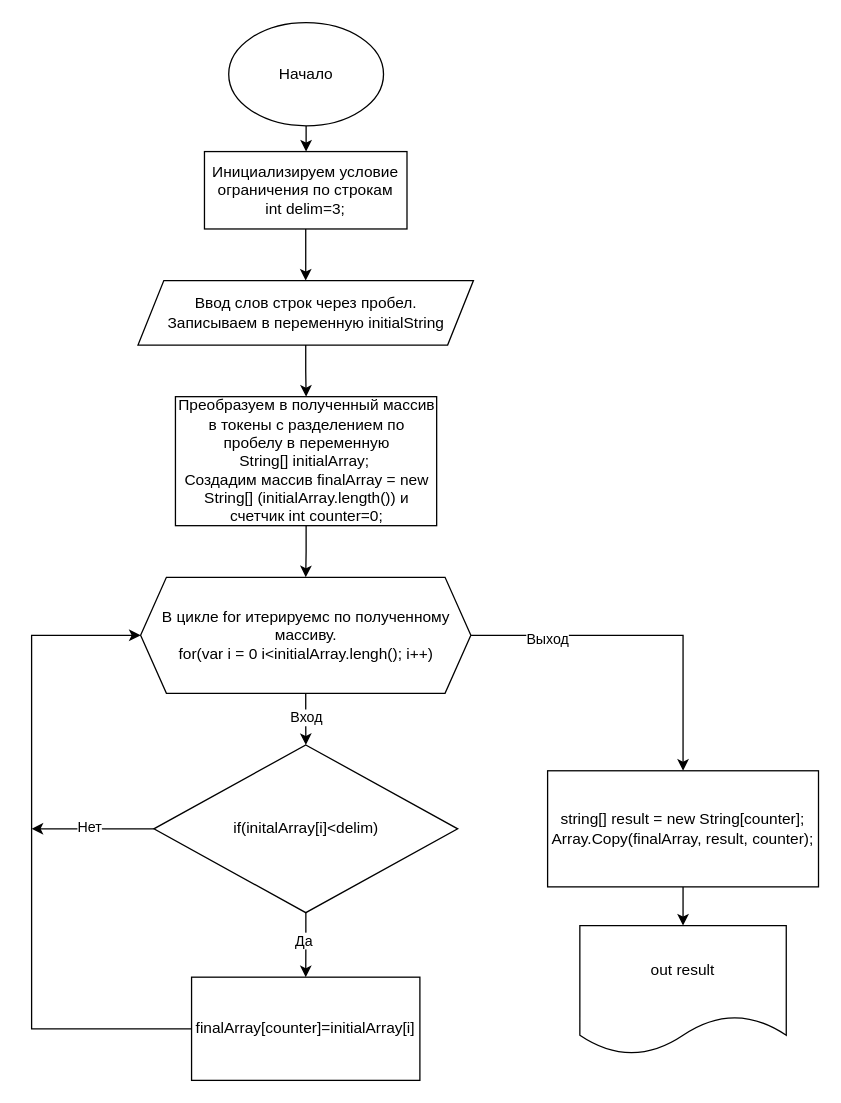
Earlier version of the draw.io diagram diagramm.drawio (LevPhilippov/testWorkGB1SemesterBlockchain). Source tidied: cells renumbered, new cells numbered last; positions are measured from the earlier drawing's top-left corner, leaving out a move shared by most shapes. Both pictures are drawn from the tidied source at 129%, with x=0, y=0 at pixel (31, 22).
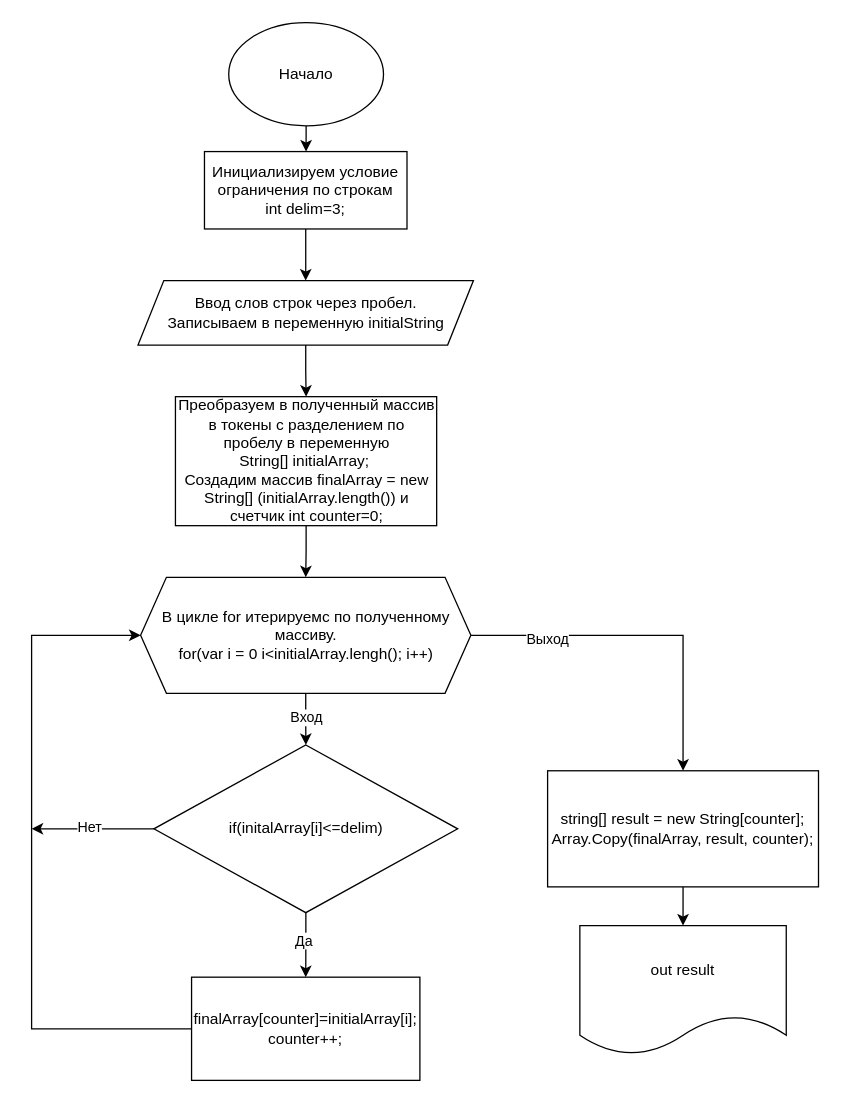
The same diagram, later.

The edit, as a diff of the source:
```diff
@@
-    <mxCell id="15" value="if(initalArray[i]&amp;lt;delim)" style="rhombus;whiteSpace=wrap;html=1;" parent="1" vertex="1">
+    <mxCell id="15" value="if(initalArray[i]&amp;lt;=delim)" style="rhombus;whiteSpace=wrap;html=1;" parent="1" vertex="1">
       <mxGeometry x="94.8" y="560" width="235.5" height="130" as="geometry" />
     </mxCell>
@@
-    <mxCell id="19" value="finalArray[counter]=initialArray[i]" style="rounded=0;whiteSpace=wrap;html=1;" parent="1" vertex="1">
+    <mxCell id="19" value="finalArray[counter]=initialArray[i];&lt;br&gt;counter++;" style="rounded=0;whiteSpace=wrap;html=1;" parent="1" vertex="1">
       <mxGeometry x="124" y="740" width="177" height="80" as="geometry" />
     </mxCell>
```
